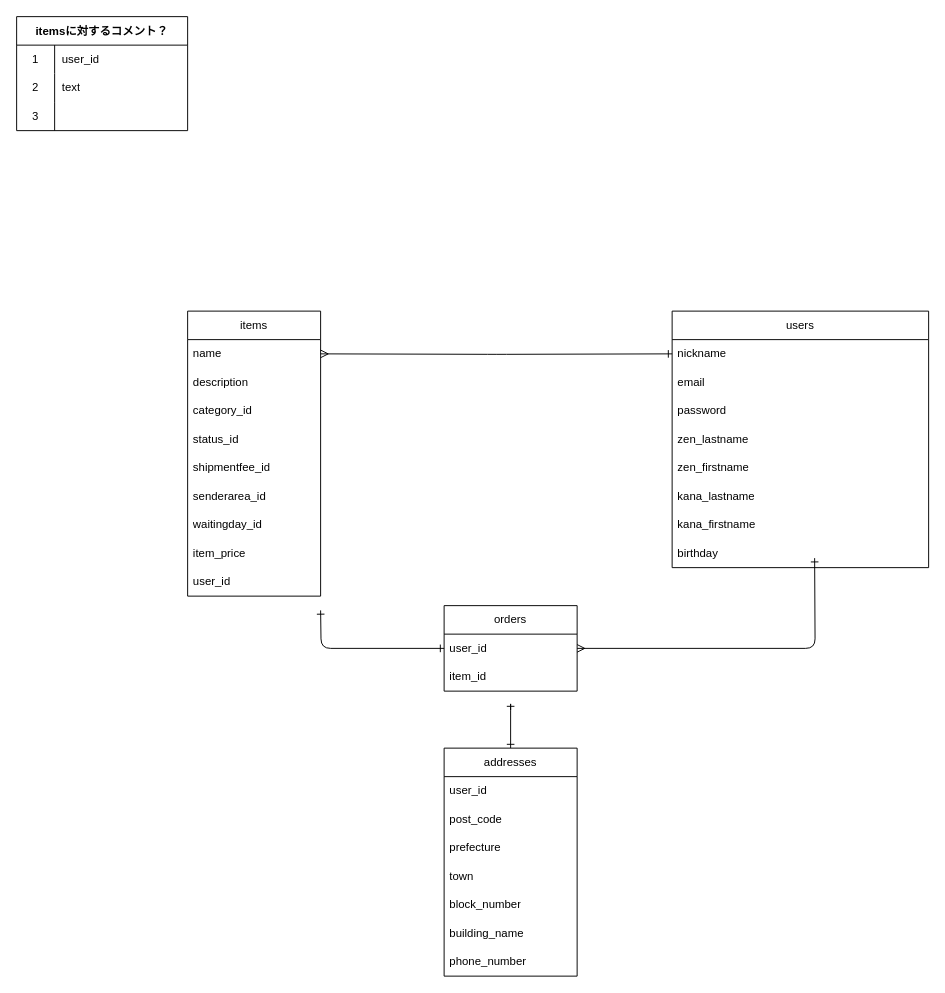
Earlier version of the draw.io diagram table.dio (natsumi1651/furima-39606). Source tidied: cells renumbered, new cells numbered last; positions are measured from the earlier drawing's top-left corner, leaving out a move shared by most shapes. Both pictures are drawn from the tidied source at 95%, with x=0, y=0 at pixel (16, 16).
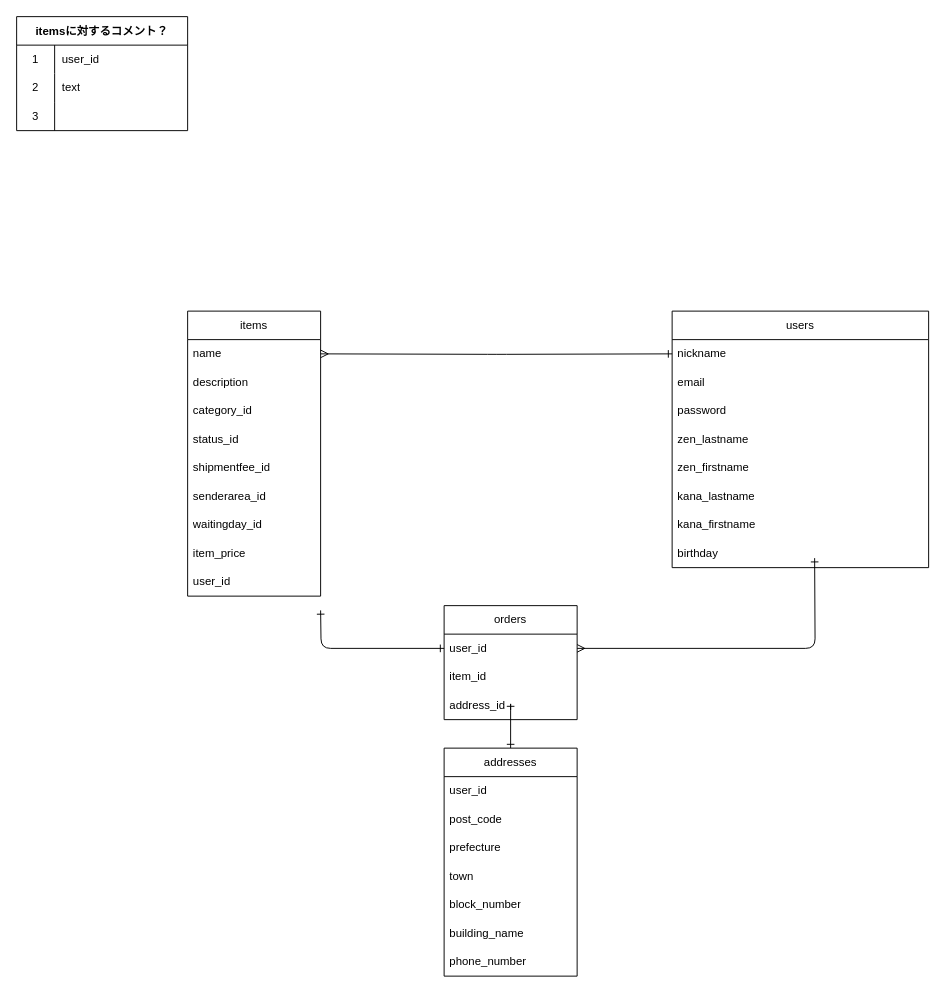
After the change.

Commit message (it also covers changes not shown here):
ER図再度修正しました

What changed in the source:
```diff
@@
     <mxCell id="21" value="orders" style="swimlane;fontStyle=0;horizontal=1;startSize=30;whiteSpace=wrap;html=1;" parent="1" vertex="1">
-      <mxGeometry x="450" y="620" width="140" height="90" as="geometry" />
+      <mxGeometry x="450" y="620" width="140" height="120" as="geometry" />
     </mxCell>
@@
+    <mxCell id="46" value="address_id" style="text;strokeColor=none;fillColor=none;align=left;verticalAlign=middle;spacingLeft=4;spacingRight=4;overflow=hidden;whiteSpace=wrap;html=1;" parent="21" vertex="1">
+      <mxGeometry y="90" width="140" height="30" as="geometry" />
+    </mxCell>
```
